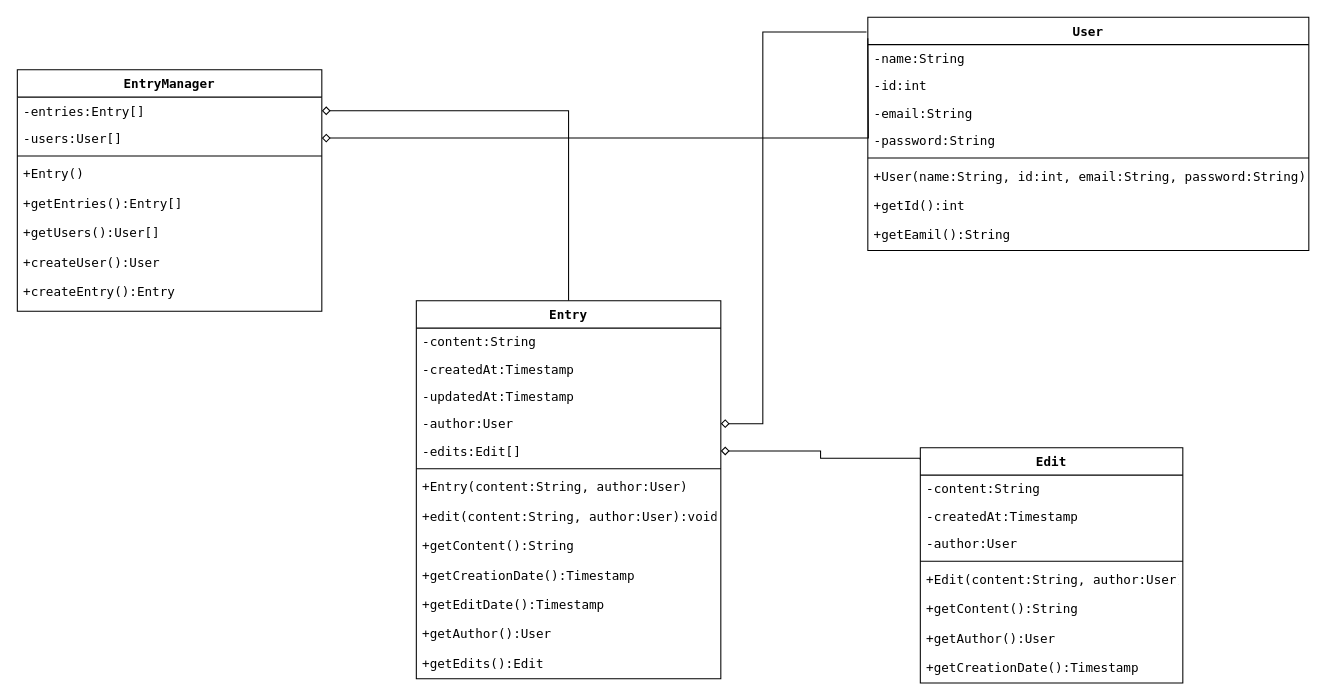
elloot/prg2-EntryManager keeps this draw.io diagram as docs/Entry Manager.drawio. Above is the earlier version. Source tidied: cells renumbered, new cells numbered last; positions are measured from the earlier drawing's top-left corner, leaving out a move shared by most shapes. Both pictures are drawn from the tidied source at 105%, with x=0, y=0 at pixel (17, 17).
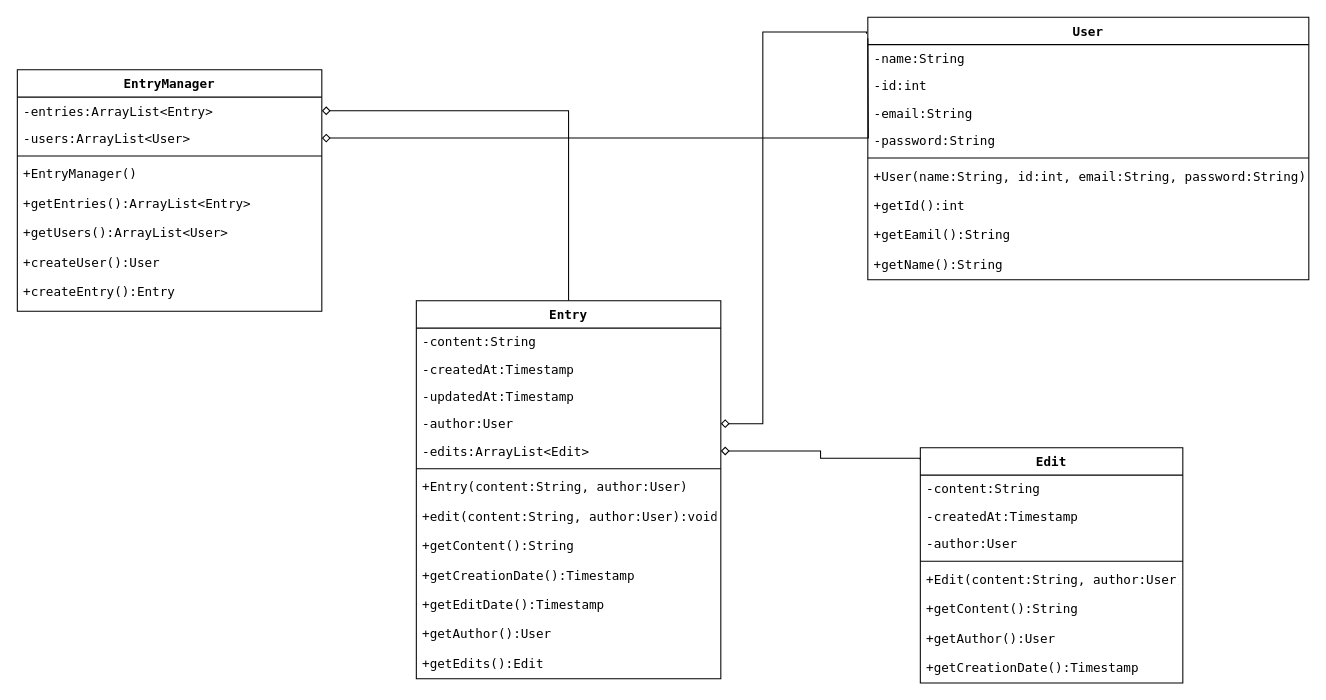
The same page after the edit.

Commit message:
update class diagram

Unchanged cells that the change refers to:
```xml
<mxCell id="3" value="Entry" style="swimlane;fontStyle=1;align=center;verticalAlign=top;horizontal=1;startSize=26;rounded=0;shadow=0;strokeWidth=1;fontFamily=Lucida Console;" parent="1" vertex="1">
  <mxGeometry x="380" y="270" width="290" height="360" as="geometry" />
</mxCell>
<mxCell id="37" value="EntryManager" style="swimlane;fontStyle=1;align=center;verticalAlign=top;horizontal=1;startSize=26;rounded=0;shadow=0;strokeWidth=1;fontFamily=Lucida Console;" parent="1" vertex="1">
  <mxGeometry y="50" width="290" height="230" as="geometry" />
</mxCell>
```

Diff of the diagram source:
```diff
@@
-    <mxCell id="8" value="-edits:Edit[]" style="text;align=left;verticalAlign=top;spacingLeft=4;spacingRight=4;overflow=hidden;points=[[0,0.5],[1,0.5]];portConstraint=eastwest;rounded=0;shadow=0;html=0;fontFamily=Lucida Console;" parent="3" vertex="1">
+    <mxCell id="8" value="-edits:ArrayList&lt;Edit&gt;" style="text;align=left;verticalAlign=top;spacingLeft=4;spacingRight=4;overflow=hidden;points=[[0,0.5],[1,0.5]];portConstraint=eastwest;rounded=0;shadow=0;html=0;fontFamily=Lucida Console;" parent="3" vertex="1">
       <mxGeometry y="130" width="290" height="26" as="geometry" />
     </mxCell>
@@
     <mxCell id="28" value="User" style="swimlane;fontStyle=1;align=center;verticalAlign=top;horizontal=1;startSize=26;rounded=0;shadow=0;strokeWidth=1;fontFamily=Lucida Console;" parent="1" vertex="1">
-      <mxGeometry x="810" width="420" height="222" as="geometry" />
+      <mxGeometry x="810" width="420" height="250" as="geometry" />
     </mxCell>
@@
+    <mxCell id="47" value="+getName():String" style="text;align=left;verticalAlign=top;spacingLeft=4;spacingRight=4;overflow=hidden;fontFamily=Lucida Console;" parent="28" vertex="1">
+      <mxGeometry y="222" width="420" height="28" as="geometry" />
+    </mxCell>
@@
-    <mxCell id="38" value="-entries:Entry[]" style="text;align=left;verticalAlign=top;spacingLeft=4;spacingRight=4;overflow=hidden;points=[[0,0.5],[1,0.5]];portConstraint=eastwest;rounded=0;shadow=0;html=0;fontFamily=Lucida Console;" parent="37" vertex="1">
+    <mxCell id="38" value="-entries:ArrayList&lt;Entry&gt;" style="text;align=left;verticalAlign=top;spacingLeft=4;spacingRight=4;overflow=hidden;points=[[0,0.5],[1,0.5]];portConstraint=eastwest;rounded=0;shadow=0;html=0;fontFamily=Lucida Console;" parent="37" vertex="1">
       <mxGeometry y="26" width="290" height="26" as="geometry" />
     </mxCell>
-    <mxCell id="39" value="-users:User[]" style="text;align=left;verticalAlign=top;spacingLeft=4;spacingRight=4;overflow=hidden;points=[[0,0.5],[1,0.5]];portConstraint=eastwest;rounded=0;shadow=0;html=0;fontFamily=Lucida Console;" parent="37" vertex="1">
+    <mxCell id="39" value="-users:ArrayList&lt;User&gt;" style="text;align=left;verticalAlign=top;spacingLeft=4;spacingRight=4;overflow=hidden;points=[[0,0.5],[1,0.5]];portConstraint=eastwest;rounded=0;shadow=0;html=0;fontFamily=Lucida Console;" parent="37" vertex="1">
       <mxGeometry y="52" width="290" height="26" as="geometry" />
     </mxCell>
@@
-    <mxCell id="41" value="+Entry()" style="text;align=left;verticalAlign=top;spacingLeft=4;spacingRight=4;overflow=hidden;fontFamily=Lucida Console;" parent="37" vertex="1">
+    <mxCell id="41" value="+EntryManager()" style="text;align=left;verticalAlign=top;spacingLeft=4;spacingRight=4;overflow=hidden;fontFamily=Lucida Console;" parent="37" vertex="1">
       <mxGeometry y="86" width="290" height="28" as="geometry" />
     </mxCell>
-    <mxCell id="42" value="+getEntries():Entry[]" style="text;align=left;verticalAlign=top;spacingLeft=4;spacingRight=4;overflow=hidden;fontFamily=Lucida Console;" parent="37" vertex="1">
+    <mxCell id="42" value="+getEntries():ArrayList&lt;Entry&gt;" style="text;align=left;verticalAlign=top;spacingLeft=4;spacingRight=4;overflow=hidden;fontFamily=Lucida Console;" parent="37" vertex="1">
       <mxGeometry y="114" width="290" height="28" as="geometry" />
     </mxCell>
-    <mxCell id="43" value="+getUsers():User[]" style="text;align=left;verticalAlign=top;spacingLeft=4;spacingRight=4;overflow=hidden;fontFamily=Lucida Console;" parent="37" vertex="1">
+    <mxCell id="43" value="+getUsers():ArrayList&lt;User&gt;" style="text;align=left;verticalAlign=top;spacingLeft=4;spacingRight=4;overflow=hidden;fontFamily=Lucida Console;" parent="37" vertex="1">
       <mxGeometry y="142" width="290" height="28" as="geometry" />
     </mxCell>
```
